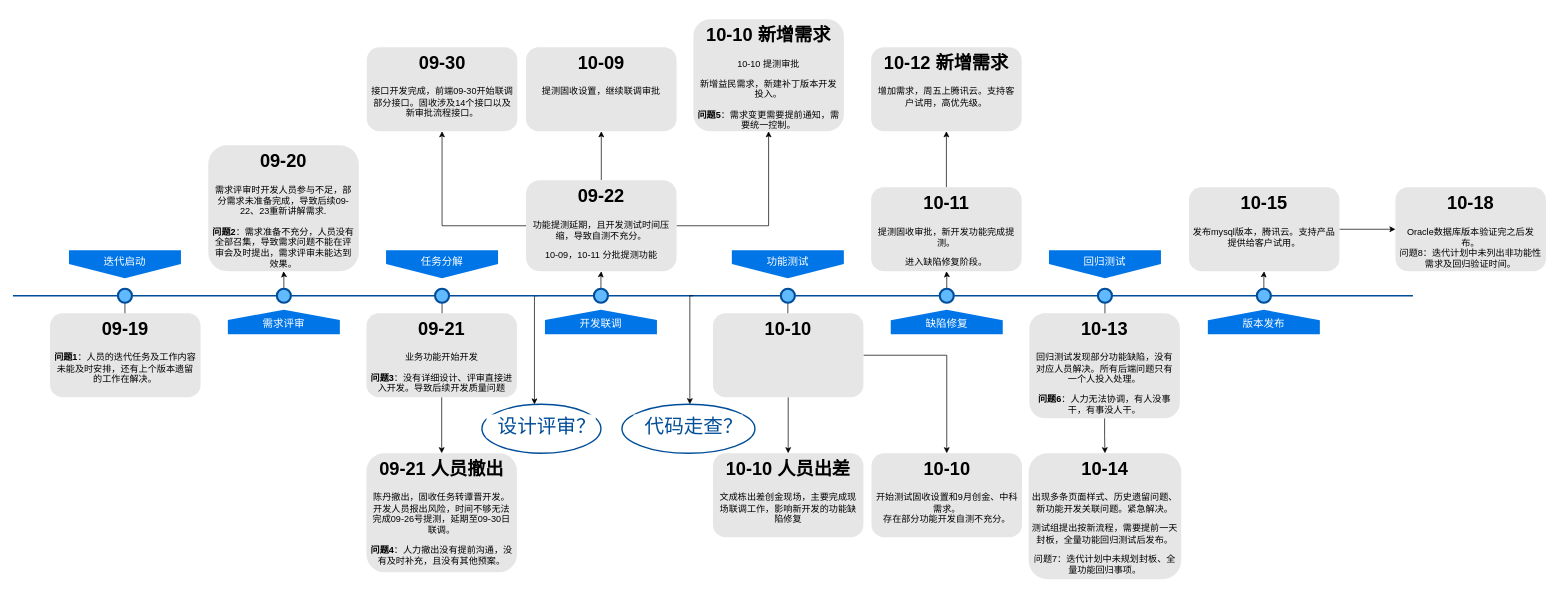
The draw.io diagram 未命名绘图.drawio in warmsheep/my-example, before the edit. Source tidied: cells renumbered, new cells numbered last; positions are measured from the earlier drawing's top-left corner, leaving out a move shared by most shapes. Both pictures are drawn from the tidied source at 70%, with x=0, y=0 at pixel (13, 19).
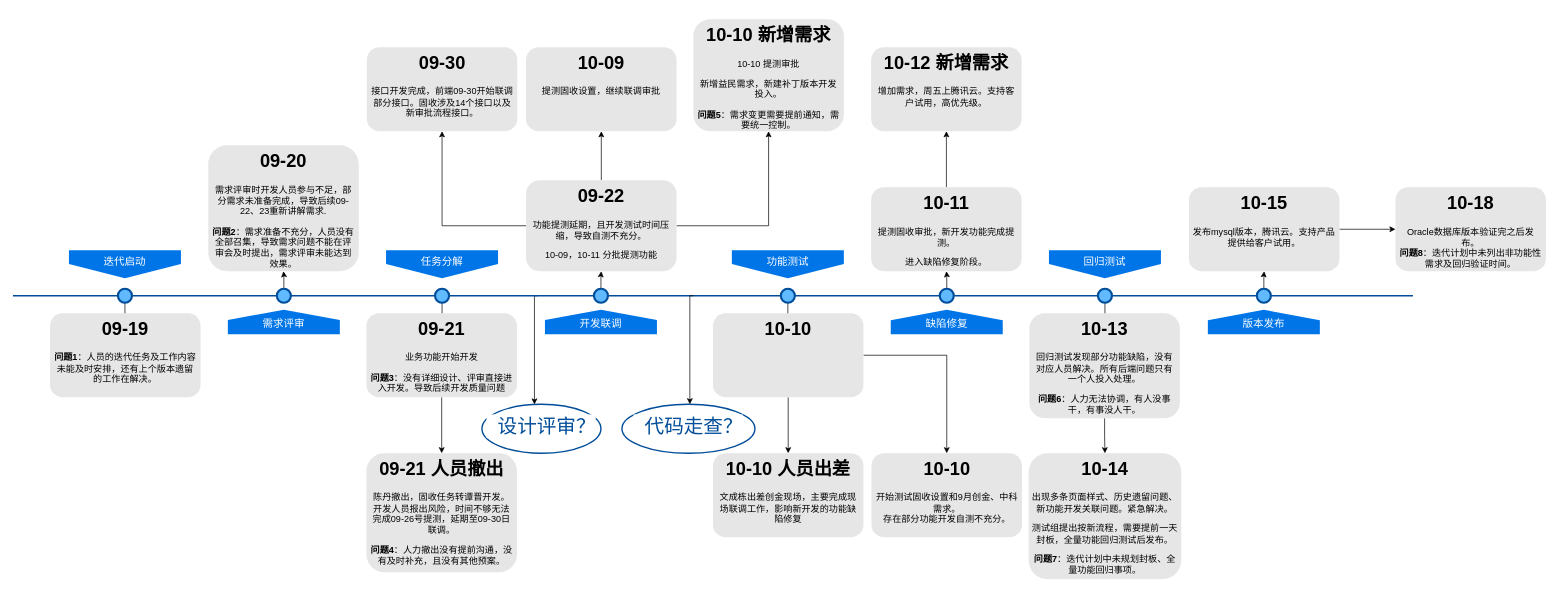
Above is the later version.

Diff of the diagram source:
```diff
@@
-    <mxCell id="53" value="&lt;h1&gt;10-14&lt;/h1&gt;&lt;p&gt;出现多条页面样式、历史遗留问题、新功能开发关联问题。紧急解决。&lt;/p&gt;&lt;p&gt;测试组提出按新流程，需要提前一天封板，全量功能回归测试后发布。&lt;/p&gt;&lt;p&gt;问题7：迭代计划中未规划封板、全量功能回归事项。&lt;/p&gt;" style="text;html=1;spacing=5;spacingTop=-20;whiteSpace=wrap;overflow=hidden;strokeColor=none;strokeWidth=3;fillColor=#E6E6E6;fontSize=13;fontColor=#000000;align=center;rounded=1;" parent="1" vertex="1">
+    <mxCell id="53" value="&lt;h1&gt;10-14&lt;/h1&gt;&lt;p&gt;出现多条页面样式、历史遗留问题、新功能开发关联问题。紧急解决。&lt;/p&gt;&lt;p&gt;测试组提出按新流程，需要提前一天封板，全量功能回归测试后发布。&lt;/p&gt;&lt;p&gt;&lt;b&gt;问题7&lt;/b&gt;：迭代计划中未规划封板、全量功能回归事项。&lt;/p&gt;" style="text;html=1;spacing=5;spacingTop=-20;whiteSpace=wrap;overflow=hidden;strokeColor=none;strokeWidth=3;fillColor=#E6E6E6;fontSize=13;fontColor=#000000;align=center;rounded=1;" parent="1" vertex="1">
       <mxGeometry x="1451" y="620" width="218" height="180" as="geometry" />
     </mxCell>
-    <mxCell id="54" value="&lt;h1&gt;10-18&lt;/h1&gt;Oracle数据库版本验证完之后发布。&lt;br&gt;问题8：迭代计划中未列出非功能性需求及回归验证时间。" style="text;html=1;spacing=5;spacingTop=-20;whiteSpace=wrap;overflow=hidden;strokeColor=none;strokeWidth=3;fillColor=#E6E6E6;fontSize=13;fontColor=#000000;align=center;rounded=1;" parent="1" vertex="1">
+    <mxCell id="54" value="&lt;h1&gt;10-18&lt;/h1&gt;Oracle数据库版本验证完之后发布。&lt;br&gt;&lt;b&gt;问题8&lt;/b&gt;：迭代计划中未列出非功能性需求及回归验证时间。" style="text;html=1;spacing=5;spacingTop=-20;whiteSpace=wrap;overflow=hidden;strokeColor=none;strokeWidth=3;fillColor=#E6E6E6;fontSize=13;fontColor=#000000;align=center;rounded=1;" parent="1" vertex="1">
       <mxGeometry x="1975" y="240" width="215" height="120" as="geometry" />
     </mxCell>
```
